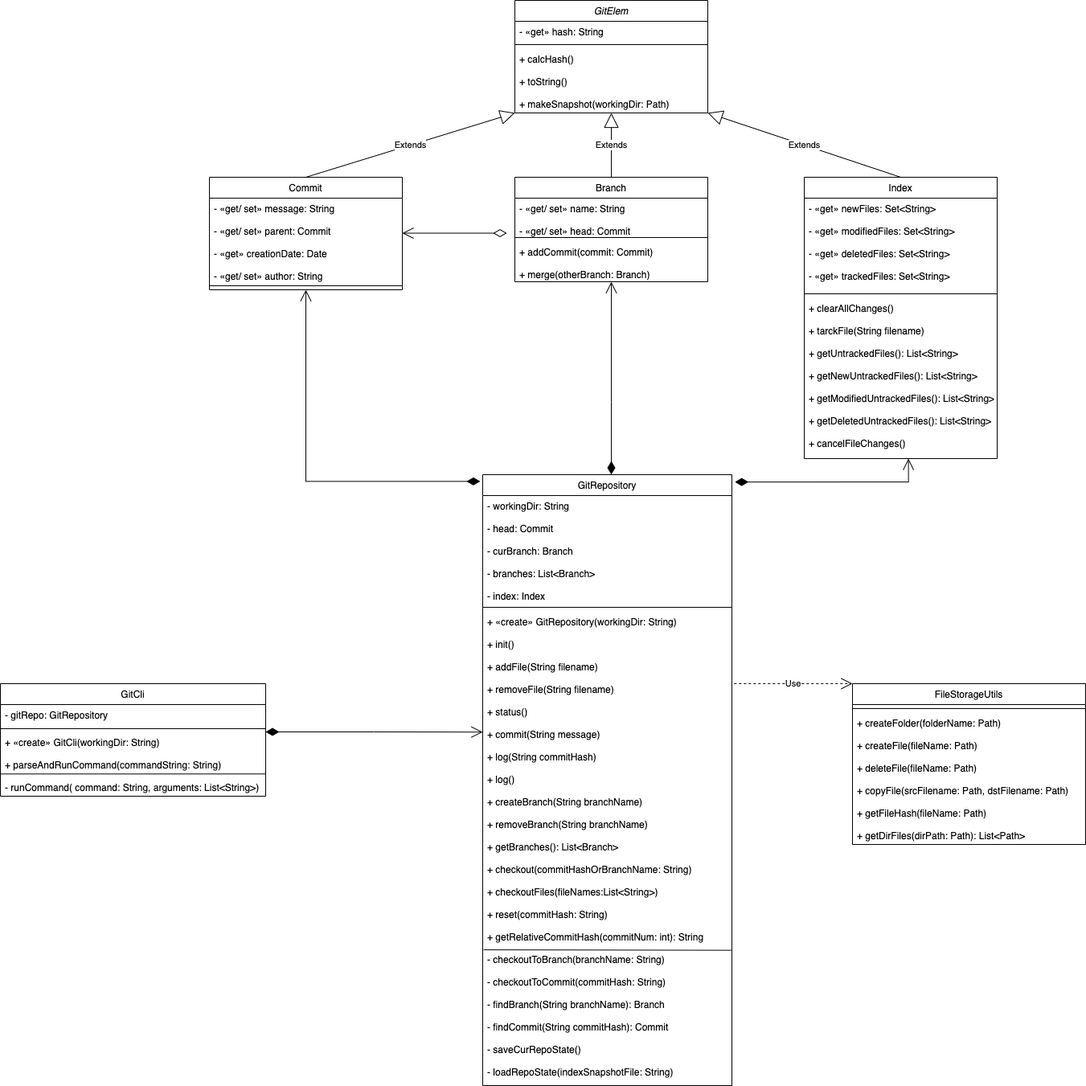
Above: images/GIT-classes-diagram.png in alexbuyan/HW_SD (draw.io), before the change. Source tidied: cells renumbered, new cells last; positions are measured from the earlier drawing's top-left corner, leaving out a move shared by most shapes.
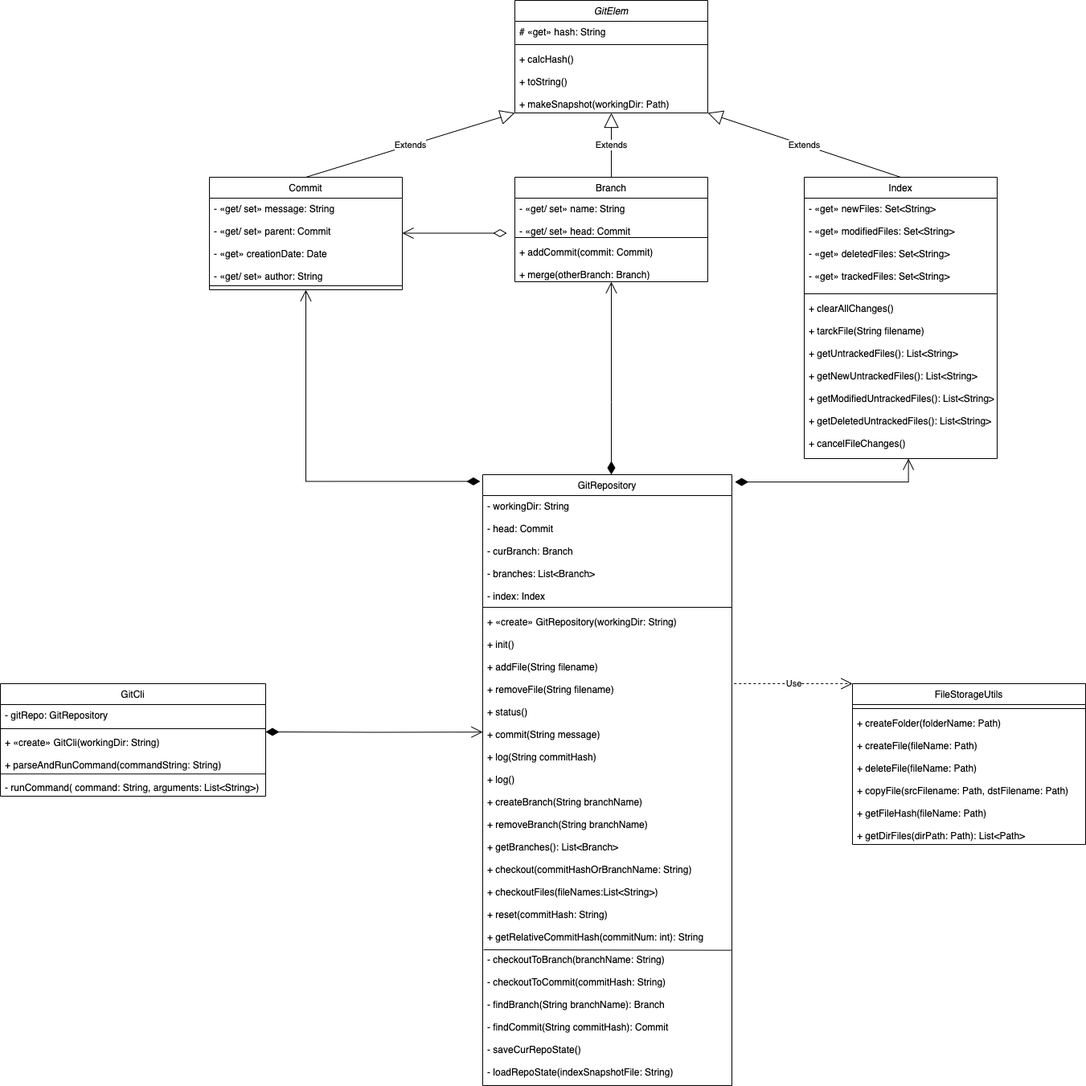
The same diagram one commit later.

Commit message:
fix hash field visibility

What changed in the source:
```diff
@@ -53,7 +53,7 @@
     <mxCell id="18" value="GitElem" style="swimlane;fontStyle=2;align=center;verticalAlign=top;horizontal=1;startSize=26;rounded=0;shadow=0;strokeWidth=1;" parent="1" vertex="1">
       <mxGeometry x="640" width="240" height="140" as="geometry" />
     </mxCell>
-    <mxCell id="19" value="- «get» hash: String" style="text;align=left;verticalAlign=top;spacingLeft=4;spacingRight=4;overflow=hidden;" parent="18" vertex="1">
+    <mxCell id="19" value="# «get» hash: String" style="text;align=left;verticalAlign=top;spacingLeft=4;spacingRight=4;overflow=hidden;" parent="18" vertex="1">
       <mxGeometry y="26" width="240" height="24" as="geometry" />
     </mxCell>
     <mxCell id="20" style="line;html=1;strokeWidth=1;align=left;verticalAlign=middle;spacingTop=-1;spacingLeft=3;spacingRight=3;labelPosition=right;" parent="18" vertex="1">
```
